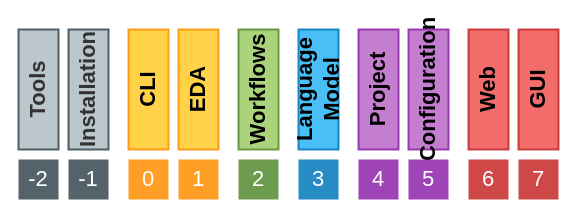
edaa-org/edaa-org.github.io keeps this draw.io diagram as EDAA.drawio. Above is the earlier version. Source tidied: cells renumbered, new cells numbered last; positions are measured from the earlier drawing's top-left corner, leaving out a move shared by most shapes. Both pictures are drawn from the tidied source at 100%, with x=0, y=0 at pixel (-22, 69).
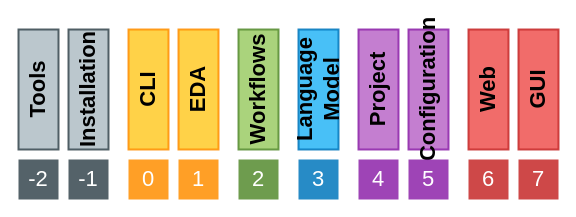
Above is the later version.

Commit message (it also covers changes not shown here):
drawio: fix text colour

Change to the diagram source:
```diff
@@
-    <mxCell id="8" value="Installation" style="rounded=0;whiteSpace=wrap;html=1;fontColor=#333333;fontSize=22;fontStyle=1;rotation=-90;fontFamily=Teko;FType=g;strokeColor=#37474F;strokeWidth=2;fillColor=#b0bec5;opacity=85;" parent="1" vertex="1">
+    <mxCell id="8" value="Installation" style="rounded=0;whiteSpace=wrap;html=1;fontSize=22;fontStyle=1;rotation=-90;fontFamily=Teko;FType=g;strokeColor=#37474F;strokeWidth=2;fillColor=#b0bec5;opacity=85;" parent="1" vertex="1">
       <mxGeometry x="50" width="120" height="40" as="geometry" />
     </mxCell>
@@
-    <mxCell id="20" value="Tools" style="rounded=0;whiteSpace=wrap;html=1;fontColor=#333333;fontSize=22;fontStyle=1;rotation=-90;fontFamily=Teko;FType=g;strokeColor=#37474F;strokeWidth=2;fillColor=#b0bec5;opacity=85;" parent="1" vertex="1">
+    <mxCell id="20" value="Tools" style="rounded=0;whiteSpace=wrap;html=1;fontSize=22;fontStyle=1;rotation=-90;fontFamily=Teko;FType=g;strokeColor=#37474F;strokeWidth=2;fillColor=#b0bec5;opacity=85;" parent="1" vertex="1">
       <mxGeometry width="120" height="40" as="geometry" />
     </mxCell>
```
